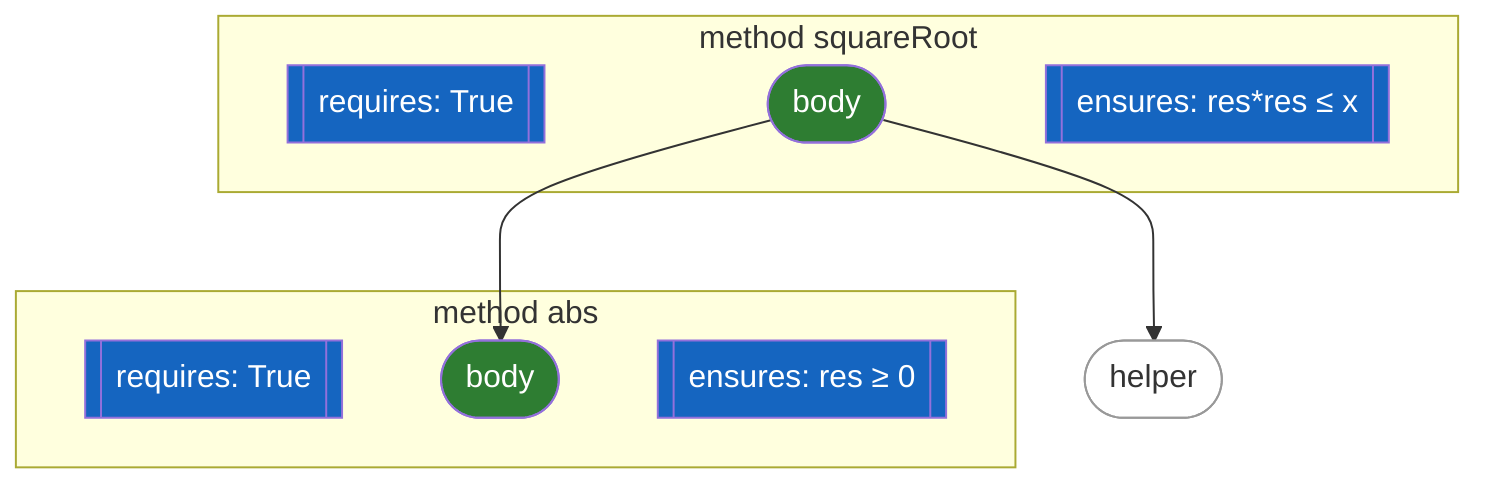
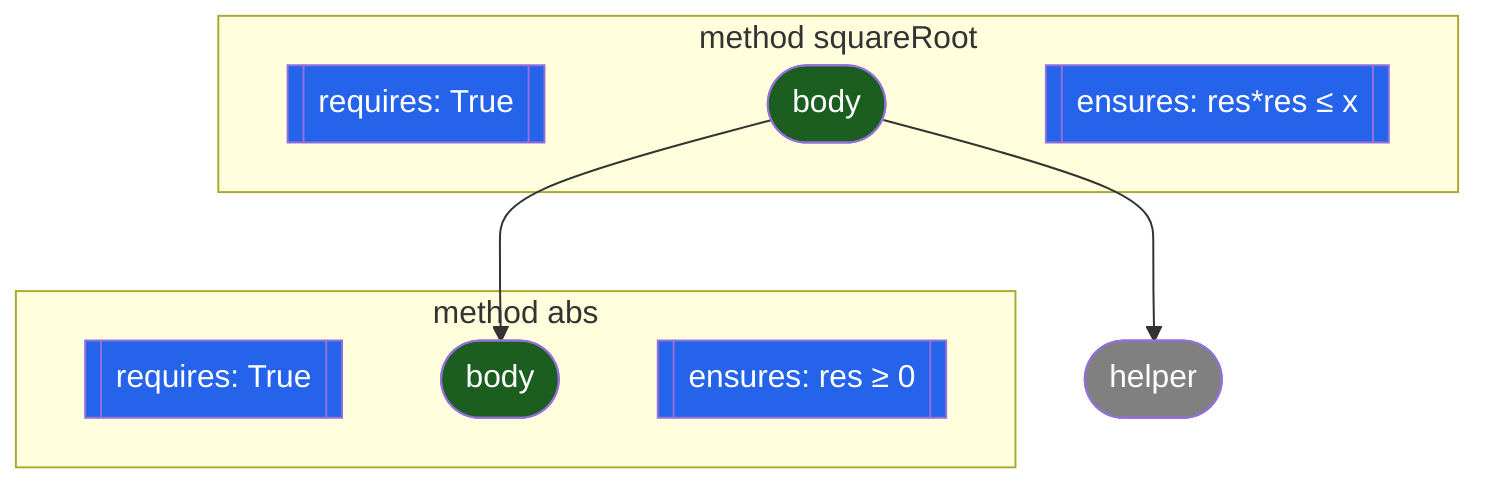
flowchart TD
    subgraph m1 ["method squareRoot"]
-         m1_pre[["requires: True"]]:::darkBlue
+         m1_pre[["requires: True"]]:::blue
        m1_body(["body"]):::darkGreen
-         m1_post[["ensures: res*res ≤ x"]]:::darkBlue
+         m1_post[["ensures: res*res ≤ x"]]:::blue
    end
    subgraph m2 ["method abs"]
-         m2_pre[["requires: True"]]:::darkBlue
+         m2_pre[["requires: True"]]:::blue
        m2_body(["body"]):::darkGreen
-         m2_post[["ensures: res ≥ 0"]]:::darkBlue
+         m2_post[["ensures: res ≥ 0"]]:::blue
    end
-     m3(["helper"]):::white
+     m3(["helper"]):::grey
    m1_body --> m2_body
    m1_body --> m3
-     classDef white fill:#fff,color:#333,stroke:#999
-     classDef darkBlue fill:#1565c0,color:#fff
-     classDef darkGreen fill:#2e7d32,color:#fff
+     classDef grey fill:#808080,color:#fff
+     classDef blue fill:#2563EB,color:#fff
+     classDef darkGreen fill:#1B5E20,color:#fff
